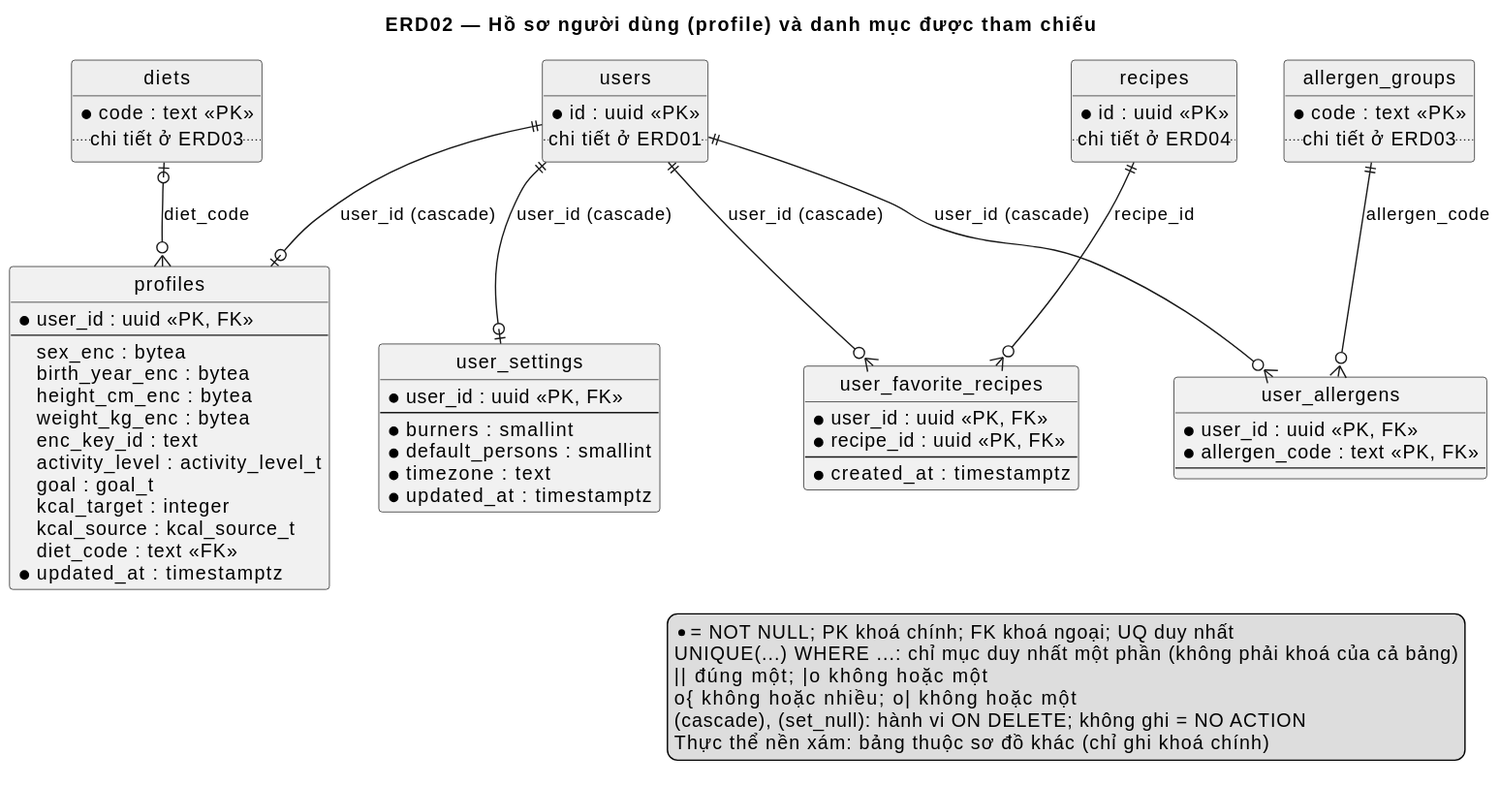
Above: docs/uml/out/erd/ERD02-ho-so.svg in NamBuw/Tastoria (PlantUML), before the change. The source it was exported from:
```plantuml
@startuml
title ERD02 — Hồ sơ người dùng (profile) và danh mục được tham chiếu
hide circle

entity "profiles" as profiles {
  * user_id : uuid <<PK, FK>>
  --
    sex_enc : bytea
    birth_year_enc : bytea
    height_cm_enc : bytea
    weight_kg_enc : bytea
    enc_key_id : text
    activity_level : activity_level_t
    goal : goal_t
    kcal_target : integer
    kcal_source : kcal_source_t
    diet_code : text <<FK>>
  * updated_at : timestamptz
}
entity "user_allergens" as user_allergens {
  * user_id : uuid <<PK, FK>>
  * allergen_code : text <<PK, FK>>
  --
}
entity "user_favorite_recipes" as user_favorite_recipes {
  * user_id : uuid <<PK, FK>>
  * recipe_id : uuid <<PK, FK>>
  --
  * created_at : timestamptz
}
entity "user_settings" as user_settings {
  * user_id : uuid <<PK, FK>>
  --
  * burners : smallint
  * default_persons : smallint
  * timezone : text
  * updated_at : timestamptz
}
entity "users" as users #EEEEEE {
  * id : uuid <<PK>>
  .. chi tiết ở ERD01 ..
}
entity "diets" as diets #EEEEEE {
  * code : text <<PK>>
  .. chi tiết ở ERD03 ..
}
entity "allergen_groups" as allergen_groups #EEEEEE {
  * code : text <<PK>>
  .. chi tiết ở ERD03 ..
}
entity "recipes" as recipes #EEEEEE {
  * id : uuid <<PK>>
  .. chi tiết ở ERD04 ..
}

users ||--o| profiles : user_id (cascade)
diets |o--o{ profiles : diet_code
users ||--o{ user_allergens : user_id (cascade)
allergen_groups ||--o{ user_allergens : allergen_code
users ||--o{ user_favorite_recipes : user_id (cascade)
recipes ||--o{ user_favorite_recipes : recipe_id
users ||--o| user_settings : user_id (cascade)

legend right
  * = NOT NULL; PK khoá chính; FK khoá ngoại; UQ duy nhất
  UNIQUE(...) WHERE ...: chỉ mục duy nhất một phần (không phải khoá của cả bảng)
  ||  đúng một; |o  không hoặc một
  o{  không hoặc nhiều; o|  không hoặc một
  (cascade), (set_null): hành vi ON DELETE; không ghi = NO ACTION
  Thực thể nền xám: bảng thuộc sơ đồ khác (chỉ ghi khoá chính)
endlegend
@enduml
```
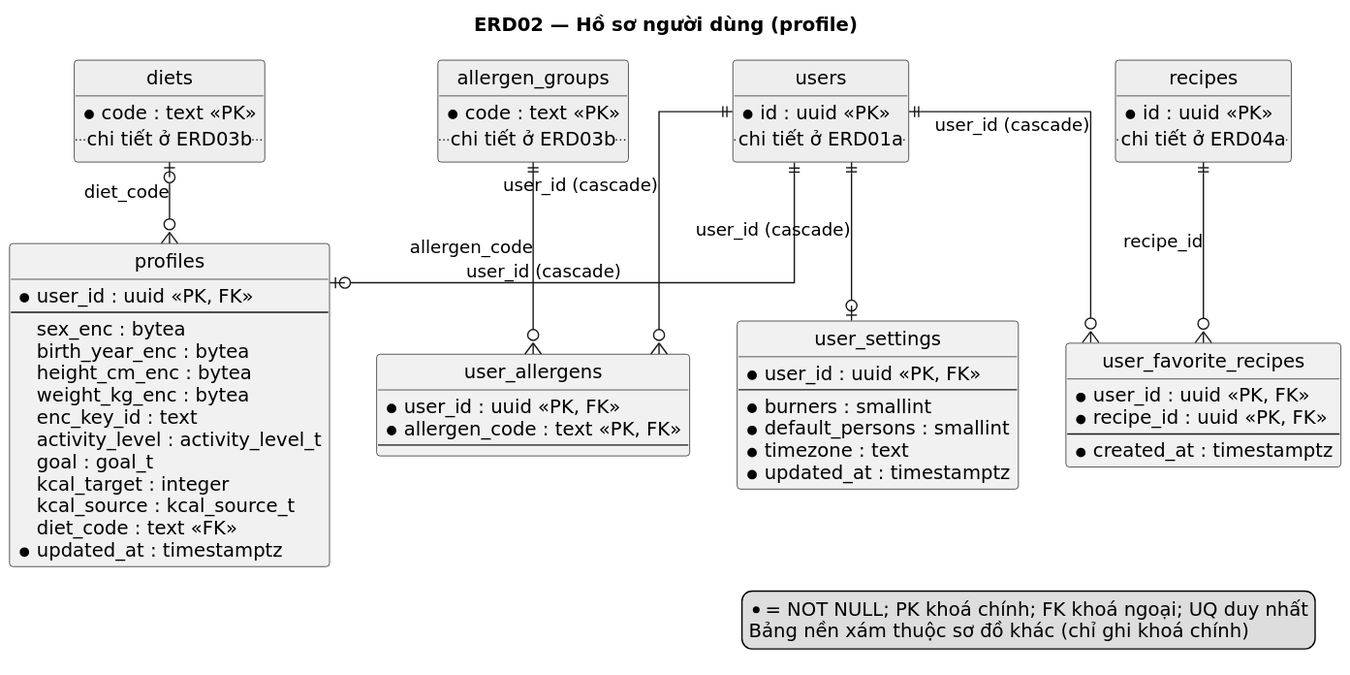
The same file after the commit.

Diff of the diagram source:
```diff
@@ -1,6 +1,8 @@
 @startuml
-title ERD02 — Hồ sơ người dùng (profile) và danh mục được tham chiếu
+title ERD02 — Hồ sơ người dùng (profile)
 hide circle
+skinparam linetype ortho
+skinparam defaultFontName DejaVu Sans
 
 entity "profiles" as profiles {
   * user_id : uuid <<PK, FK>>
@@ -38,19 +40,19 @@
 }
 entity "users" as users #EEEEEE {
   * id : uuid <<PK>>
-  .. chi tiết ở ERD01 ..
+  .. chi tiết ở ERD01a ..
 }
 entity "diets" as diets #EEEEEE {
   * code : text <<PK>>
-  .. chi tiết ở ERD03 ..
+  .. chi tiết ở ERD03b ..
 }
 entity "allergen_groups" as allergen_groups #EEEEEE {
   * code : text <<PK>>
-  .. chi tiết ở ERD03 ..
+  .. chi tiết ở ERD03b ..
 }
 entity "recipes" as recipes #EEEEEE {
   * id : uuid <<PK>>
-  .. chi tiết ở ERD04 ..
+  .. chi tiết ở ERD04a ..
 }
 
 users ||--o| profiles : user_id (cascade)
@@ -63,10 +65,6 @@
 
 legend right
   * = NOT NULL; PK khoá chính; FK khoá ngoại; UQ duy nhất
-  UNIQUE(...) WHERE ...: chỉ mục duy nhất một phần (không phải khoá của cả bảng)
-  ||  đúng một; |o  không hoặc một
-  o{  không hoặc nhiều; o|  không hoặc một
-  (cascade), (set_null): hành vi ON DELETE; không ghi = NO ACTION
-  Thực thể nền xám: bảng thuộc sơ đồ khác (chỉ ghi khoá chính)
+  Bảng nền xám thuộc sơ đồ khác (chỉ ghi khoá chính)
 endlegend
 @enduml
```
